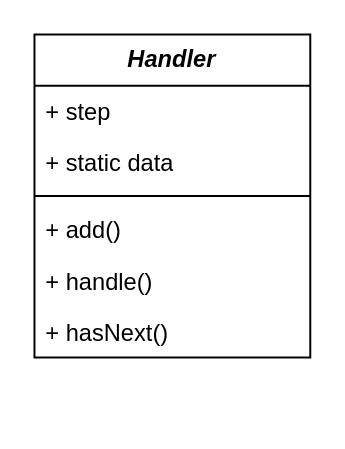
The draw.io diagram chain-step.drawio in joelau71/uml, before the edit. Source tidied: cells renumbered, new cells numbered last; positions are measured from the earlier drawing's top-left corner, leaving out a move shared by most shapes. Both pictures are drawn from the tidied source at 197%, with x=0, y=0 at pixel (33, 33).
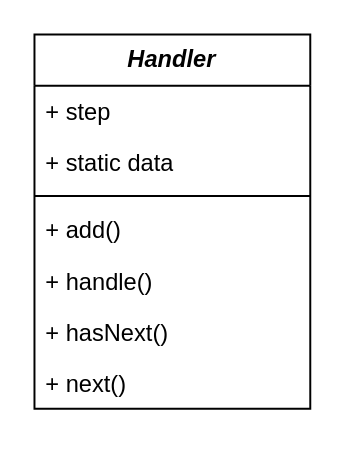
After the change.

Diff of the diagram source:
```diff
@@
 <mxGraphModel>
   <root>
     <mxCell id="0" />
     <mxCell id="1" parent="0" />
     <mxCell id="2" value="&lt;b&gt;&lt;i&gt;Handler&lt;/i&gt;&lt;/b&gt;" style="swimlane;fontStyle=0;horizontal=1;startSize=26;fillColor=none;whiteSpace=wrap;html=1;" parent="1" vertex="1">
-      <mxGeometry width="140" height="164" as="geometry" />
+      <mxGeometry width="140" height="190" as="geometry" />
     </mxCell>
     <mxCell id="3" value="+ step" style="text;strokeColor=none;fillColor=none;align=left;verticalAlign=top;spacingLeft=4;spacingRight=4;overflow=hidden;whiteSpace=wrap;html=1;" parent="2" vertex="1">
       <mxGeometry y="26" width="140" height="26" as="geometry" />
     </mxCell>
     <mxCell id="4" value="+ static data" style="text;strokeColor=none;fillColor=none;align=left;verticalAlign=top;spacingLeft=4;spacingRight=4;overflow=hidden;whiteSpace=wrap;html=1;" parent="2" vertex="1">
       <mxGeometry y="52" width="140" height="26" as="geometry" />
     </mxCell>
     <mxCell id="5" style="line;strokeWidth=1;fillColor=none;align=left;verticalAlign=middle;spacingTop=-1;spacingLeft=3;spacingRight=3;labelPosition=right;strokeColor=inherit;" parent="2" vertex="1">
       <mxGeometry y="78" width="140" height="8" as="geometry" />
     </mxCell>
     <mxCell id="6" value="+ add()" style="text;strokeColor=none;fillColor=none;align=left;verticalAlign=top;spacingLeft=4;spacingRight=4;overflow=hidden;whiteSpace=wrap;html=1;" parent="2" vertex="1">
       <mxGeometry y="86" width="140" height="26" as="geometry" />
     </mxCell>
     <mxCell id="7" value="+ handle()" style="text;strokeColor=none;fillColor=none;align=left;verticalAlign=top;spacingLeft=4;spacingRight=4;overflow=hidden;whiteSpace=wrap;html=1;" parent="2" vertex="1">
       <mxGeometry y="112" width="140" height="26" as="geometry" />
     </mxCell>
     <mxCell id="8" value="+ hasNext()" style="text;strokeColor=none;fillColor=none;align=left;verticalAlign=top;spacingLeft=4;spacingRight=4;overflow=hidden;whiteSpace=wrap;html=1;" parent="2" vertex="1">
       <mxGeometry y="138" width="140" height="26" as="geometry" />
     </mxCell>
+    <mxCell id="9" value="+ next()" style="text;strokeColor=none;fillColor=none;align=left;verticalAlign=top;spacingLeft=4;spacingRight=4;overflow=hidden;whiteSpace=wrap;html=1;" parent="2" vertex="1">
+      <mxGeometry y="164" width="140" height="26" as="geometry" />
+    </mxCell>
   </root>
 </mxGraphModel>
```
